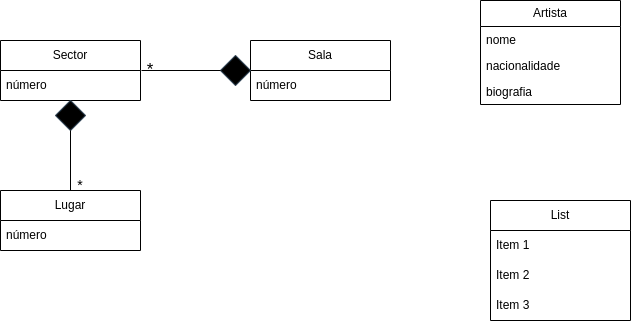
This is UML1.drawio.png from leorsd/ESOF_UML, a draw.io export, as it was before one commit. Source tidied: cells renumbered, new cells last; positions are measured from the earlier drawing's top-left corner, leaving out a move shared by most shapes.
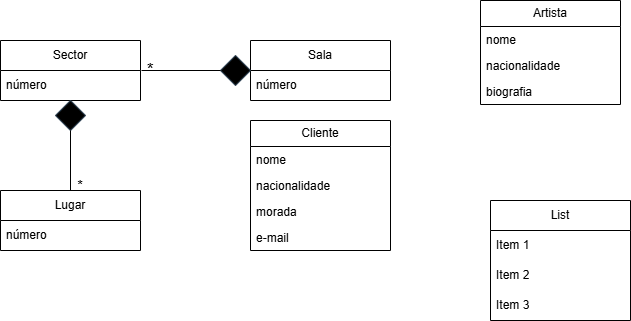
Later version of the same file.

Diff of the diagram source:
```diff
@@ -55,6 +55,21 @@
     <mxCell id="17" value="&lt;font style=&quot;font-size: 14px;&quot;&gt;*&lt;/font&gt;" style="text;html=1;align=center;verticalAlign=middle;whiteSpace=wrap;rounded=0;" parent="1" vertex="1">
       <mxGeometry x="50" y="170" width="60" height="30" as="geometry" />
     </mxCell>
+    <mxCell id="22" value="Cliente" style="swimlane;fontStyle=0;horizontal=1;startSize=26;fillColor=none;whiteSpace=wrap;html=1;" parent="1" vertex="1">
+      <mxGeometry x="250" y="120" width="140" height="130" as="geometry" />
+    </mxCell>
+    <mxCell id="23" value="nome" style="text;strokeColor=none;fillColor=none;align=left;verticalAlign=top;spacingLeft=4;spacingRight=4;overflow=hidden;whiteSpace=wrap;html=1;" parent="22" vertex="1">
+      <mxGeometry y="26" width="140" height="26" as="geometry" />
+    </mxCell>
+    <mxCell id="24" value="nacionalidade" style="text;strokeColor=none;fillColor=none;align=left;verticalAlign=top;spacingLeft=4;spacingRight=4;overflow=hidden;whiteSpace=wrap;html=1;" parent="22" vertex="1">
+      <mxGeometry y="52" width="140" height="26" as="geometry" />
+    </mxCell>
+    <mxCell id="25" value="morada" style="text;strokeColor=none;fillColor=none;align=left;verticalAlign=top;spacingLeft=4;spacingRight=4;overflow=hidden;whiteSpace=wrap;html=1;" parent="22" vertex="1">
+      <mxGeometry y="78" width="140" height="26" as="geometry" />
+    </mxCell>
+    <mxCell id="26" value="e-mail" style="text;strokeColor=none;fillColor=none;align=left;verticalAlign=top;spacingLeft=4;spacingRight=4;overflow=hidden;whiteSpace=wrap;html=1;" parent="22" vertex="1">
+      <mxGeometry y="104" width="140" height="26" as="geometry" />
+    </mxCell>
     <mxCell id="18" value="List" style="swimlane;fontStyle=0;horizontal=1;startSize=30;whiteSpace=wrap;html=1;" parent="1" vertex="1">
       <mxGeometry x="490" y="200" width="140" height="120" as="geometry" />
     </mxCell>
```
